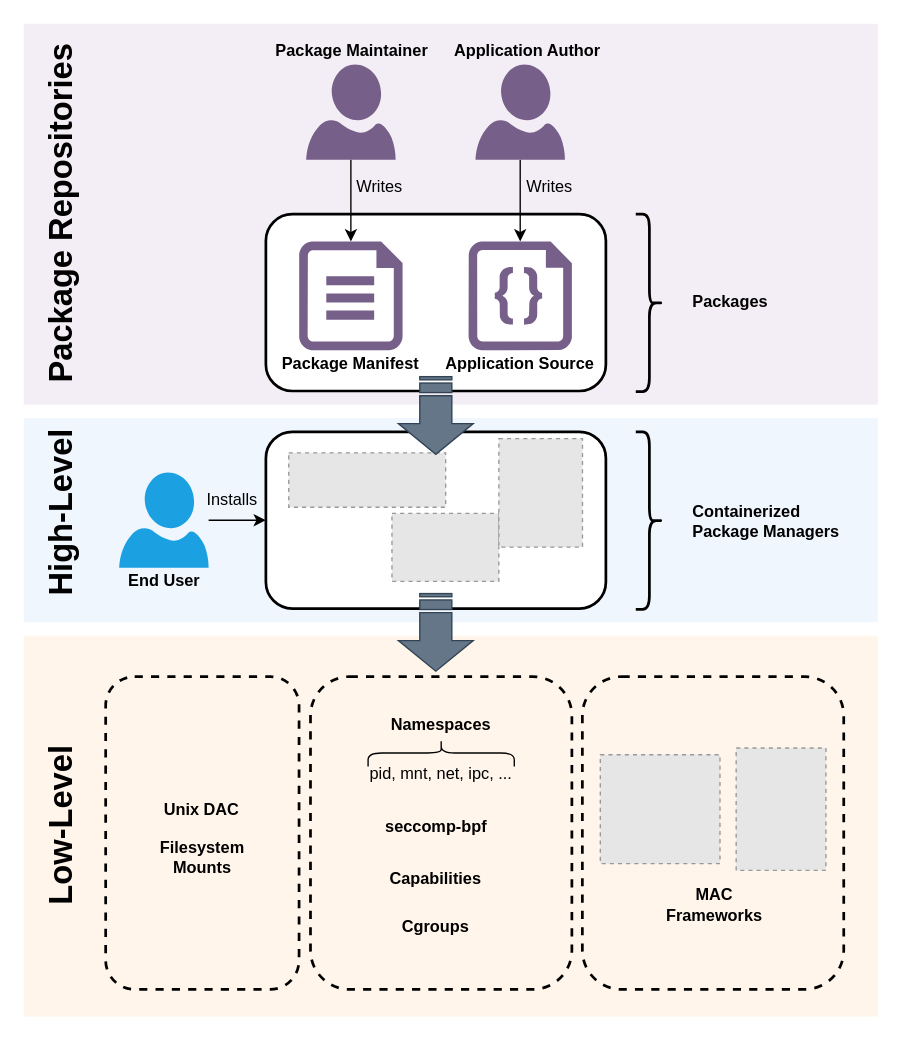
Earlier version of the draw.io diagram project/lit-review/figs/drawio/high-level.drawio (willfindlay/adaptivesec-F2020). Source tidied: cells renumbered, new cells numbered last; positions are measured from the earlier drawing's top-left corner, leaving out a move shared by most shapes. Both pictures are drawn from the tidied source at 136%, with x=0, y=0 at pixel (-7, 23). Pictures stored in the file or linked from it are replaced by grey dashed boxes.
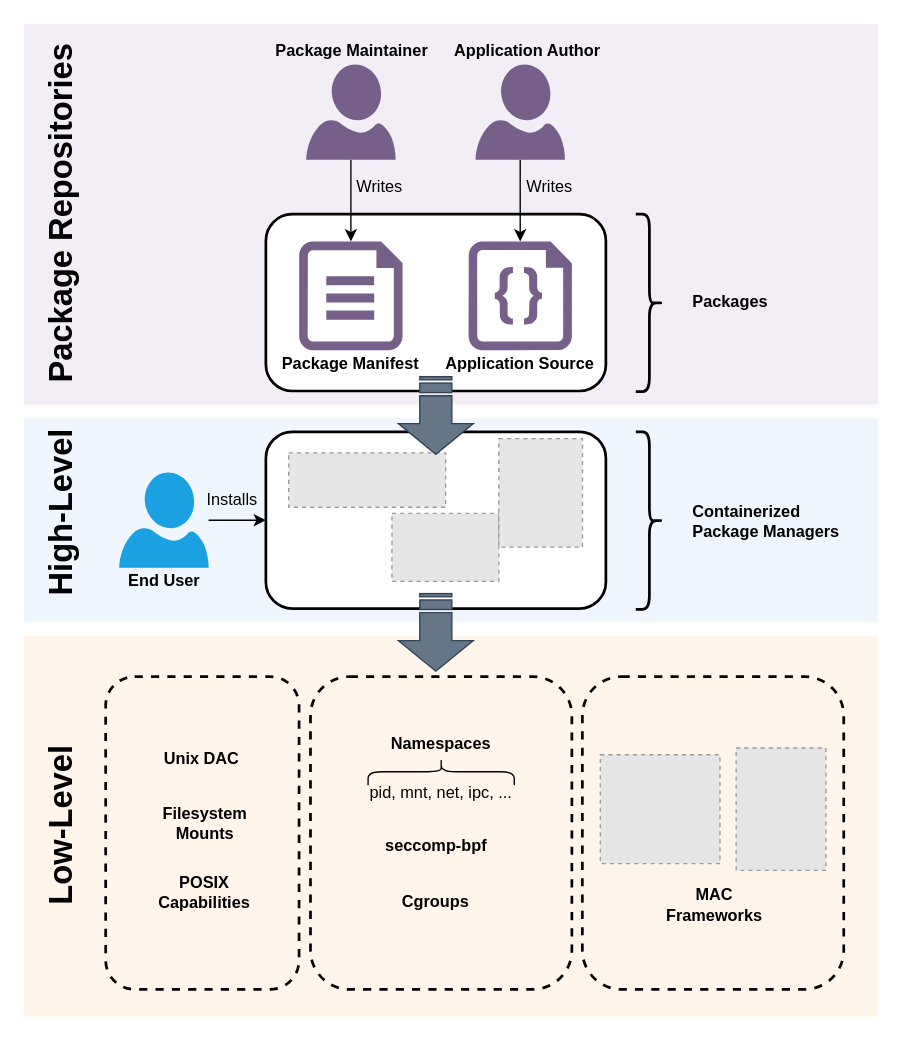
After the change.

Change to the diagram source:
```diff
@@
     <mxCell id="44" value="Cgroups" style="text;html=1;strokeColor=none;fillColor=none;align=center;verticalAlign=middle;whiteSpace=wrap;rounded=0;dashed=1;fontColor=#000000;fontStyle=1;" parent="1" vertex="1">
-      <mxGeometry x="305" y="653.8" width="40" height="20" as="geometry" />
+      <mxGeometry x="305" y="636.2" width="40" height="20" as="geometry" />
     </mxCell>
     <mxCell id="45" value="seccomp-bpf" style="text;html=1;strokeColor=none;fillColor=none;align=center;verticalAlign=middle;whiteSpace=wrap;rounded=0;dashed=1;fontColor=#000000;fontStyle=1;" parent="1" vertex="1">
-      <mxGeometry x="282.5" y="581.2" width="85" height="20" as="geometry" />
+      <mxGeometry x="282.5" y="595" width="85" height="20" as="geometry" />
     </mxCell>
     <mxCell id="46" value="Unix DAC" style="text;html=1;strokeColor=none;fillColor=none;align=center;verticalAlign=middle;whiteSpace=wrap;rounded=0;dashed=1;fontColor=#000000;fontStyle=1;" parent="1" vertex="1">
-      <mxGeometry x="123.4" y="567.5" width="60" height="20" as="geometry" />
+      <mxGeometry x="123.4" y="530.6" width="60" height="20" as="geometry" />
     </mxCell>
     <mxCell id="47" style="group;" parent="1" vertex="1">
-      <mxGeometry x="268.9" y="506.2" width="120" height="52.5" as="geometry" />
+      <mxGeometry x="268.9" y="520" width="120" height="52.5" as="geometry" />
     </mxCell>
@@
     <mxCell id="51" value="Filesystem Mounts" style="text;html=1;strokeColor=none;fillColor=none;align=center;verticalAlign=middle;whiteSpace=wrap;rounded=0;dashed=1;fontColor=#000000;fontStyle=1;" parent="1" vertex="1">
-      <mxGeometry x="125.1" y="602.5" width="56.6" height="20" as="geometry" />
+      <mxGeometry x="126.7" y="578.1" width="56.6" height="20" as="geometry" />
     </mxCell>
-    <mxCell id="52" value="Capabilities" style="text;html=1;strokeColor=none;fillColor=none;align=center;verticalAlign=middle;whiteSpace=wrap;rounded=0;dashed=1;fontColor=#000000;fontStyle=1;" parent="1" vertex="1">
-      <mxGeometry x="305" y="618.8" width="40" height="20" as="geometry" />
+    <mxCell id="52" value="POSIX Capabilities" style="text;html=1;strokeColor=none;fillColor=none;align=center;verticalAlign=middle;whiteSpace=wrap;rounded=0;dashed=1;fontColor=#000000;fontStyle=1;" parent="1" vertex="1">
+      <mxGeometry x="135.1" y="629.4" width="40" height="20" as="geometry" />
     </mxCell>
```
